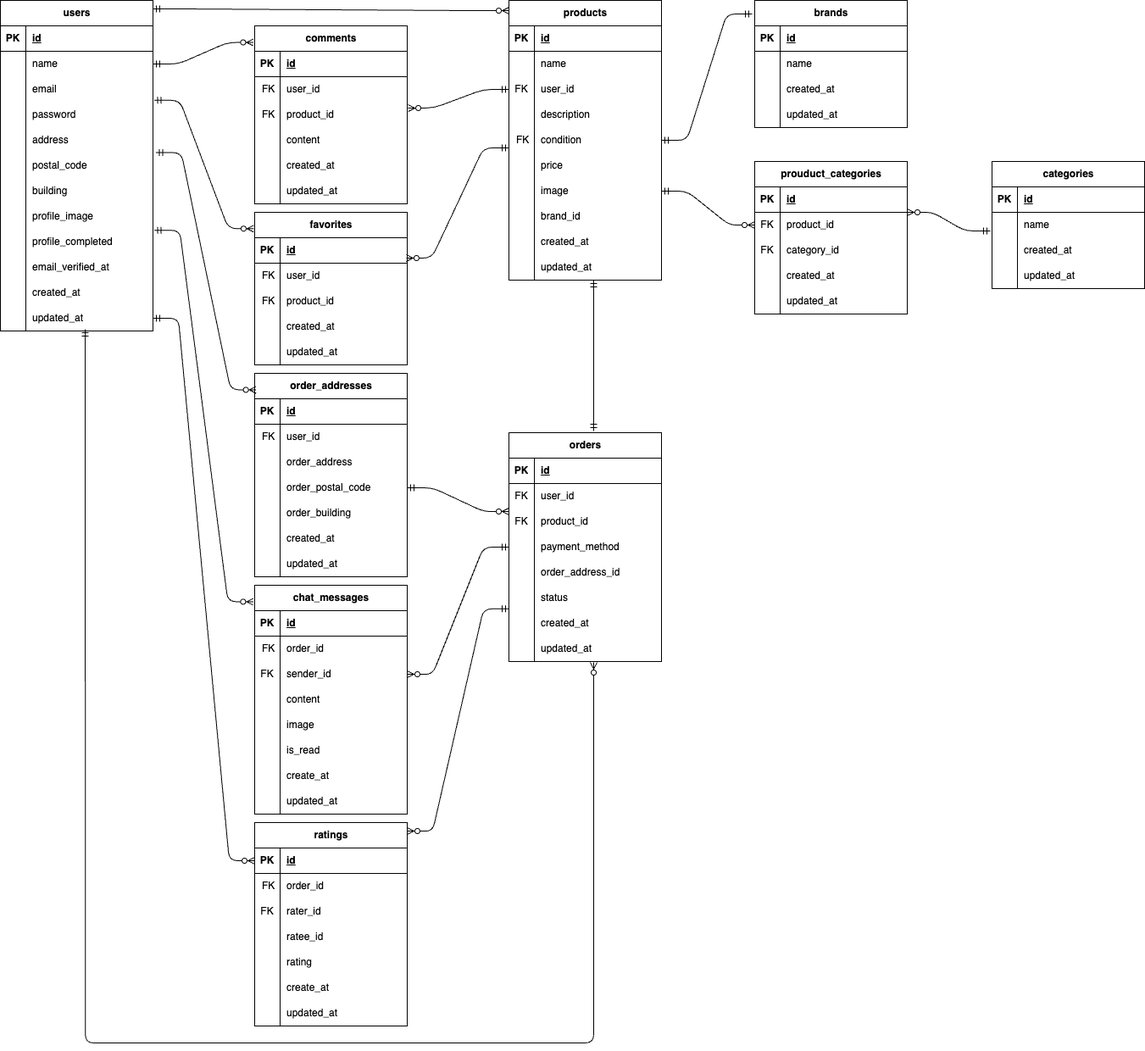
yurikoUe/mock-furima keeps this draw.io diagram as src/public/er-diagram.png. Above is the earlier version. Source tidied: cells renumbered, new cells last; positions are measured from the earlier drawing's top-left corner, leaving out a move shared by most shapes.
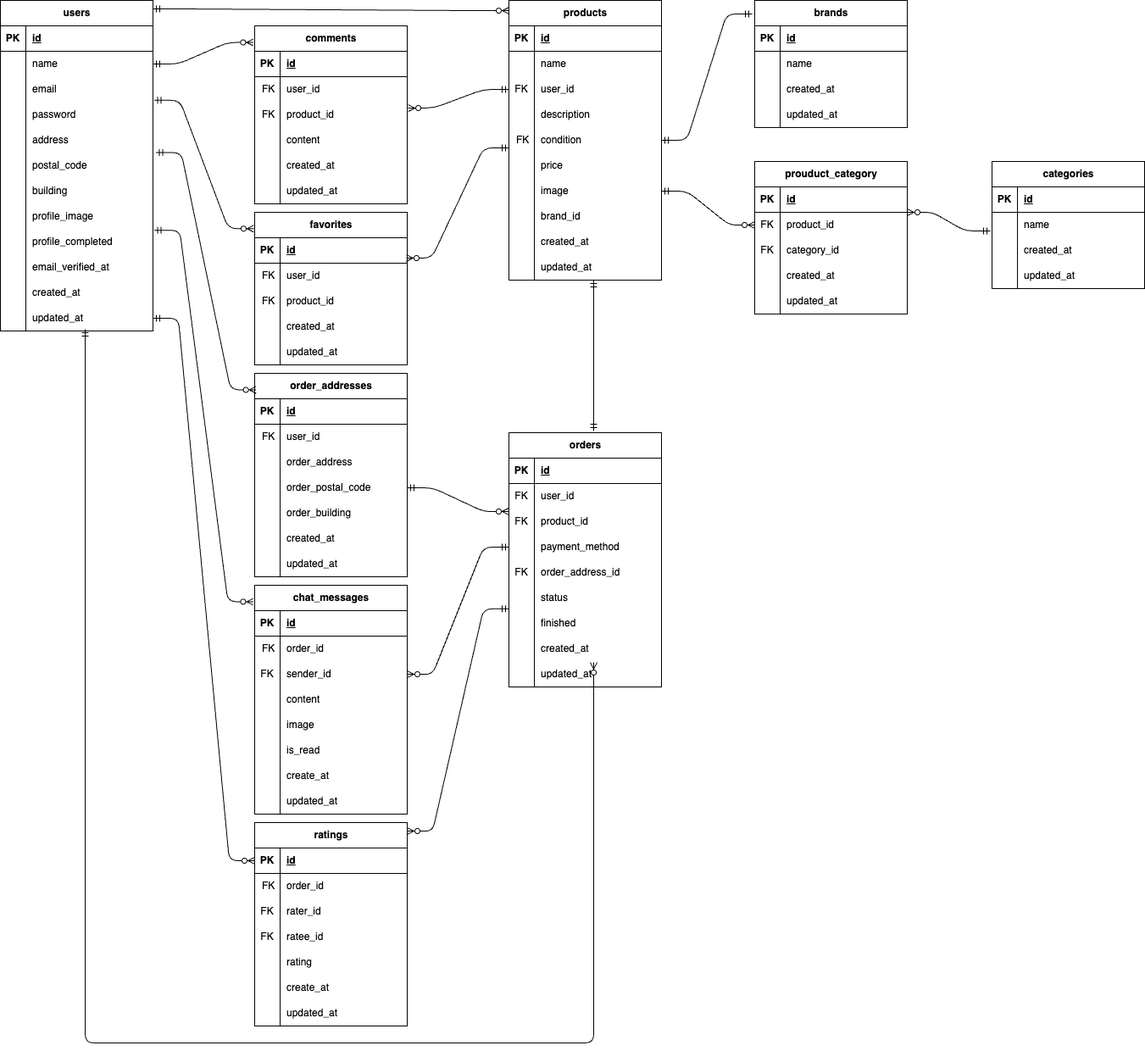
After the commit.

Commit message:
READMEにダミーユーザー情報を追加、ER図修正、コントローラ内のバグ修正、blade見直し

Change to the diagram source:
```diff
@@ -113,7 +113,7 @@
     <mxCell id="38" value="updated_at" style="shape=partialRectangle;fillColor=none;top=0;left=0;bottom=0;right=0;align=left;spacingLeft=6;overflow=hidden;whiteSpace=wrap;html=1;fontColor=#000000;" parent="36" vertex="1">
       <mxGeometry x="30" width="150" height="30" as="geometry" />
     </mxCell>
-    <mxCell id="39" value="prouduct_categories" style="shape=table;startSize=30;rowLines=0;fontStyle=1;align=center;html=1;fontColor=#000000;" parent="1" vertex="1">
+    <mxCell id="39" value="prouduct_category" style="shape=table;startSize=30;rowLines=0;fontStyle=1;align=center;html=1;fontColor=#000000;" parent="1" vertex="1">
       <mxGeometry x="890" y="190" width="180" height="180" as="geometry" />
     </mxCell>
     <mxCell id="40" style="shape=tableRow;horizontal=0;startSize=0;swimlaneHead=0;swimlaneBody=0;fillColor=none;top=0;left=0;right=0;bottom=1;fontColor=#000000;" parent="39" vertex="1">
@@ -255,7 +255,7 @@
       <mxGeometry x="30" width="150" height="30" as="geometry" />
     </mxCell>
     <mxCell id="86" value="orders" style="shape=table;startSize=30;rowLines=0;fontStyle=1;align=center;html=1;fontColor=#000000;" parent="1" vertex="1">
-      <mxGeometry x="600" y="510" width="180" height="270" as="geometry" />
+      <mxGeometry x="600" y="510" width="180" height="300" as="geometry" />
     </mxCell>
     <mxCell id="87" style="shape=tableRow;horizontal=0;startSize=0;swimlaneHead=0;swimlaneBody=0;fillColor=none;top=0;left=0;right=0;bottom=1;fontColor=#000000;" parent="86" vertex="1">
       <mxGeometry y="30" width="180" height="30" as="geometry" />
@@ -296,7 +296,7 @@
     <mxCell id="99" style="shape=tableRow;horizontal=0;startSize=0;swimlaneHead=0;swimlaneBody=0;fillColor=none;top=0;left=0;right=0;bottom=0;fontColor=#000000;" parent="86" vertex="1">
       <mxGeometry y="150" width="180" height="30" as="geometry" />
     </mxCell>
-    <mxCell id="100" style="shape=partialRectangle;fillColor=none;top=0;left=0;bottom=0;right=0;overflow=hidden;whiteSpace=wrap;html=1;fontColor=#000000;" parent="99" vertex="1">
+    <mxCell id="100" value="FK" style="shape=partialRectangle;fillColor=none;top=0;left=0;bottom=0;right=0;overflow=hidden;whiteSpace=wrap;html=1;fontColor=#000000;" parent="99" vertex="1">
       <mxGeometry width="30" height="30" as="geometry" />
     </mxCell>
     <mxCell id="101" value="&lt;font style=&quot;&quot;&gt;order_address_id&lt;/font&gt;" style="shape=partialRectangle;fillColor=none;top=0;left=0;bottom=0;right=0;align=left;spacingLeft=6;overflow=hidden;whiteSpace=wrap;html=1;fontColor=#000000;" parent="99" vertex="1">
@@ -317,7 +317,7 @@
     <mxCell id="106" style="shape=partialRectangle;fillColor=none;top=0;left=0;bottom=0;right=0;overflow=hidden;whiteSpace=wrap;html=1;fontColor=#000000;" parent="105" vertex="1">
       <mxGeometry width="30" height="30" as="geometry" />
     </mxCell>
-    <mxCell id="107" value="&lt;font style=&quot;&quot;&gt;created_at&lt;/font&gt;" style="shape=partialRectangle;fillColor=none;top=0;left=0;bottom=0;right=0;align=left;spacingLeft=6;overflow=hidden;whiteSpace=wrap;html=1;fontColor=#000000;" parent="105" vertex="1">
+    <mxCell id="107" value="finished" style="shape=partialRectangle;fillColor=none;top=0;left=0;bottom=0;right=0;align=left;spacingLeft=6;overflow=hidden;whiteSpace=wrap;html=1;fontColor=#000000;" parent="105" vertex="1">
       <mxGeometry x="30" width="150" height="30" as="geometry" />
     </mxCell>
     <mxCell id="108" style="shape=tableRow;horizontal=0;startSize=0;swimlaneHead=0;swimlaneBody=0;fillColor=none;top=0;left=0;right=0;bottom=0;fontColor=#000000;" parent="86" vertex="1">
@@ -326,9 +326,18 @@
     <mxCell id="109" style="shape=partialRectangle;fillColor=none;top=0;left=0;bottom=0;right=0;overflow=hidden;whiteSpace=wrap;html=1;fontColor=#000000;" parent="108" vertex="1">
       <mxGeometry width="30" height="30" as="geometry" />
     </mxCell>
-    <mxCell id="110" value="updated_at" style="shape=partialRectangle;fillColor=none;top=0;left=0;bottom=0;right=0;align=left;spacingLeft=6;overflow=hidden;whiteSpace=wrap;html=1;fontColor=#000000;" parent="108" vertex="1">
+    <mxCell id="110" value="created_at" style="shape=partialRectangle;fillColor=none;top=0;left=0;bottom=0;right=0;align=left;spacingLeft=6;overflow=hidden;whiteSpace=wrap;html=1;fontColor=#000000;" parent="108" vertex="1">
       <mxGeometry x="30" width="150" height="30" as="geometry" />
     </mxCell>
+    <mxCell id="257" style="shape=tableRow;horizontal=0;startSize=0;swimlaneHead=0;swimlaneBody=0;fillColor=none;top=0;left=0;right=0;bottom=0;fontColor=#000000;" parent="86" vertex="1">
+      <mxGeometry y="270" width="180" height="30" as="geometry" />
+    </mxCell>
+    <mxCell id="258" style="shape=partialRectangle;fillColor=none;top=0;left=0;bottom=0;right=0;overflow=hidden;whiteSpace=wrap;html=1;fontColor=#000000;" parent="257" vertex="1">
+      <mxGeometry width="30" height="30" as="geometry" />
+    </mxCell>
+    <mxCell id="259" value="updated_at" style="shape=partialRectangle;fillColor=none;top=0;left=0;bottom=0;right=0;align=left;spacingLeft=6;overflow=hidden;whiteSpace=wrap;html=1;fontColor=#000000;" parent="257" vertex="1">
+      <mxGeometry x="30" width="150" height="30" as="geometry" />
+    </mxCell>
     <mxCell id="111" value="favorites" style="shape=table;startSize=30;rowLines=0;fontStyle=1;align=center;html=1;fontColor=#000000;" parent="1" vertex="1">
       <mxGeometry x="300" y="250" width="180" height="180" as="geometry" />
     </mxCell>
@@ -736,7 +745,7 @@
     <mxCell id="241" style="shape=tableRow;horizontal=0;startSize=0;swimlaneHead=0;swimlaneBody=0;fillColor=none;top=0;left=0;right=0;bottom=0;fontColor=#000000;" parent="231" vertex="1">
       <mxGeometry y="120" width="180" height="30" as="geometry" />
     </mxCell>
-    <mxCell id="242" style="shape=partialRectangle;fillColor=none;top=0;left=0;bottom=0;right=0;overflow=hidden;whiteSpace=wrap;html=1;fontColor=#000000;" parent="241" vertex="1">
+    <mxCell id="242" value="FK" style="shape=partialRectangle;fillColor=none;top=0;left=0;bottom=0;right=0;overflow=hidden;whiteSpace=wrap;html=1;fontColor=#000000;" parent="241" vertex="1">
       <mxGeometry width="30" height="30" as="geometry" />
     </mxCell>
     <mxCell id="243" value="ratee_id" style="shape=partialRectangle;fillColor=none;top=0;left=0;bottom=0;right=0;align=left;spacingLeft=6;overflow=hidden;whiteSpace=wrap;html=1;fontColor=#000000;" parent="241" vertex="1">
```
